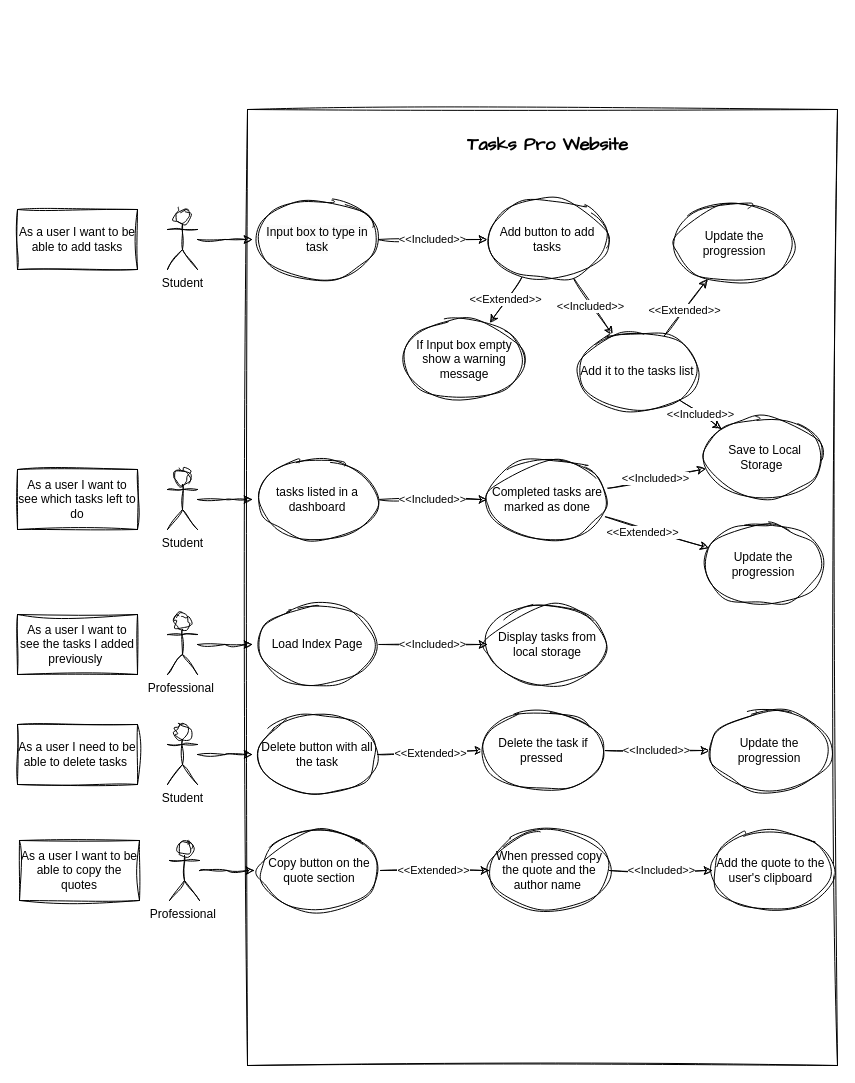
Earlier version of the draw.io diagram Untitled.drawio (tahsincihan/COMP1004-Project). Source tidied: cells renumbered, new cells numbered last; positions are measured from the earlier drawing's top-left corner, leaving out a move shared by most shapes. Both pictures are drawn from the tidied source at 100%, with x=0, y=0 at pixel (17, 109).
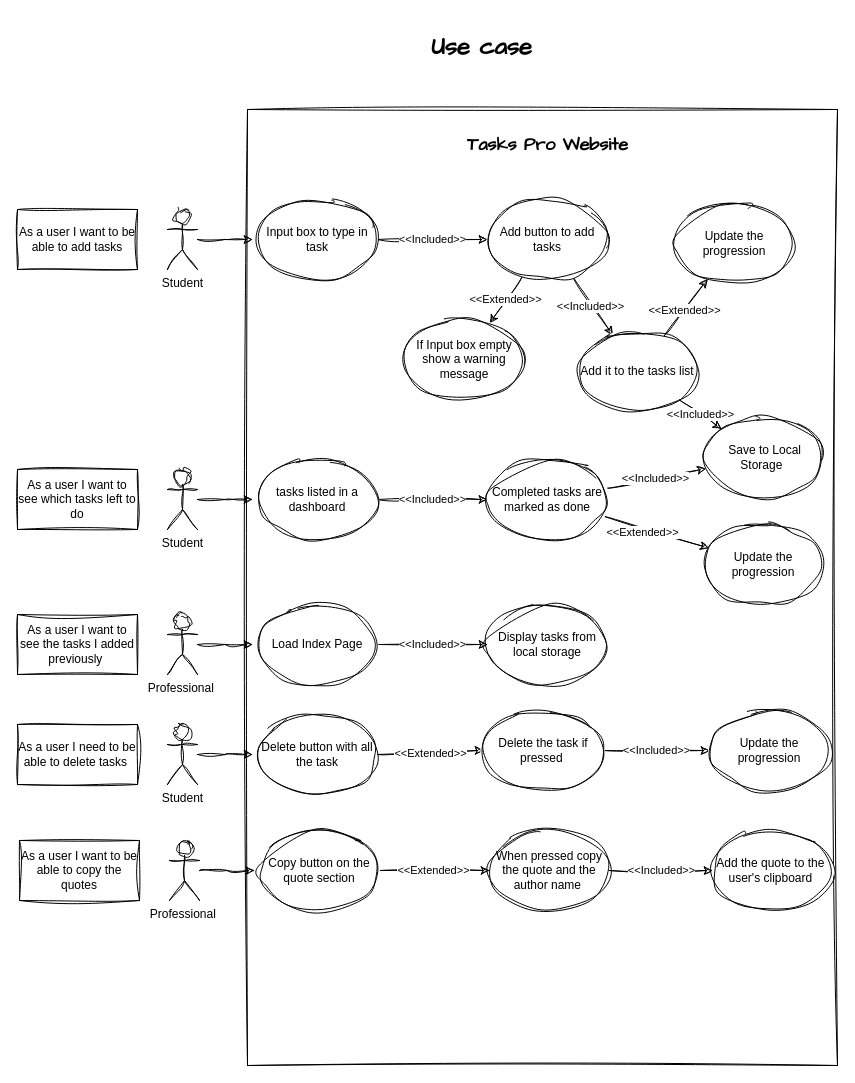
After the change.

What changed in the source:
```diff
@@
+    <mxCell id="52" value="&lt;h1&gt;Use case&lt;/h1&gt;" style="text;html=1;align=center;verticalAlign=middle;whiteSpace=wrap;rounded=0;fontFamily=Architects Daughter;" parent="1" vertex="1">
+      <mxGeometry x="319" y="-84" width="291" height="44" as="geometry" />
+    </mxCell>
```
